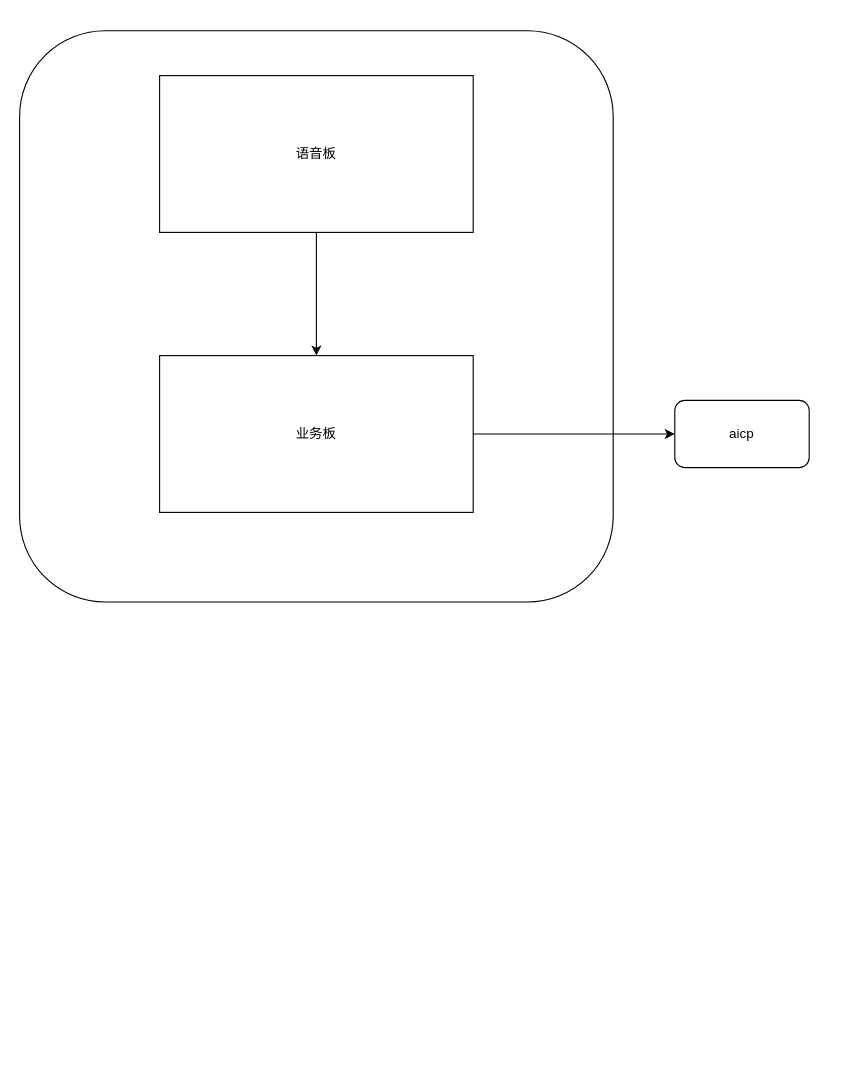
The draw.io diagram cors/Untitled Diagram.drawio in authorfu/code-examples, before the edit. Source tidied: cells renumbered, new cells numbered last; positions are measured from the earlier drawing's top-left corner, leaving out a move shared by most shapes. Both pictures are drawn from the tidied source at 112%, with x=0, y=0 at pixel (19, 30).
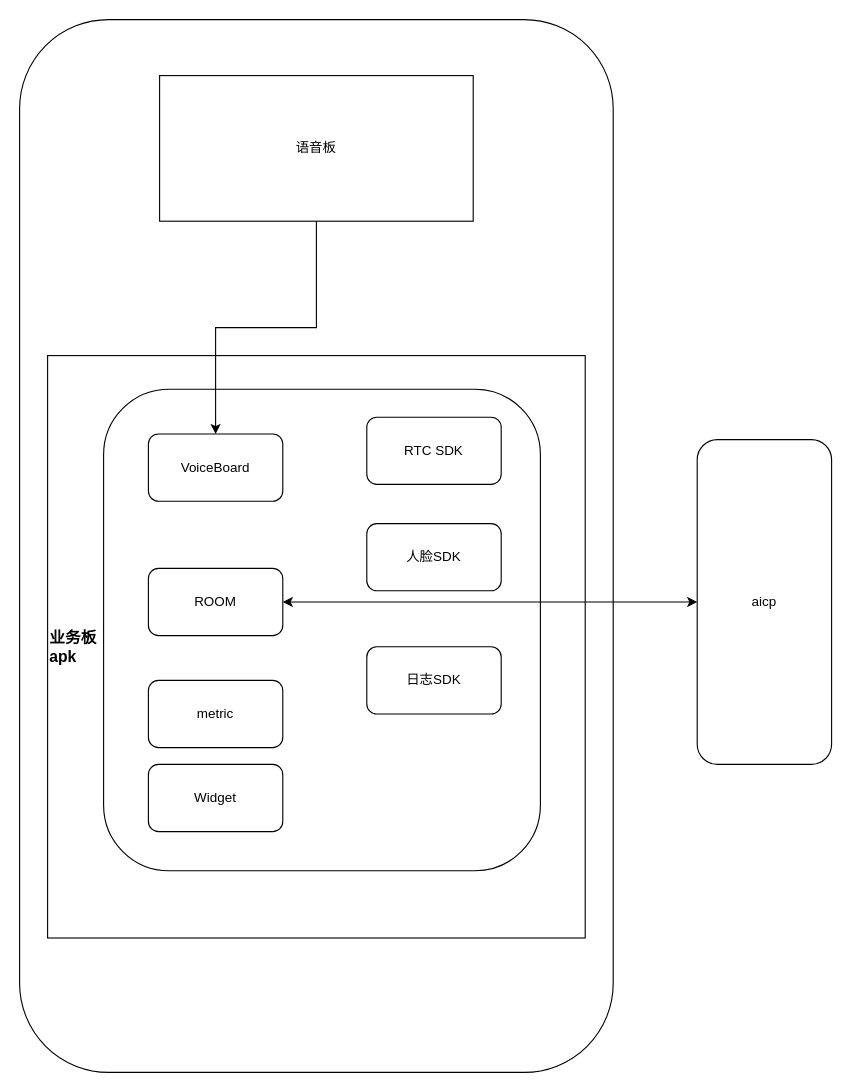
The same diagram, later.

What changed in the source:
```diff
@@
 <mxGraphModel>
   <root>
     <mxCell id="0" />
     <mxCell id="1" parent="0" />
     <mxCell id="2" style="rounded=1;whiteSpace=wrap;html=1;" parent="1" vertex="1">
-      <mxGeometry width="530" height="510" as="geometry" />
+      <mxGeometry y="-10" width="530" height="940" as="geometry" />
     </mxCell>
-    <mxCell id="3" style="edgeStyle=orthogonalEdgeStyle;rounded=0;jettySize=auto;html=1;exitX=0.5;exitY=1;exitDx=0;exitDy=0;" parent="1" edge="1" source="4" target="6">
-      <mxGeometry relative="1" as="geometry" />
-    </mxCell>
     <mxCell id="4" value="语音板" style="rounded=0;whiteSpace=wrap;html=1;" parent="1" vertex="1">
-      <mxGeometry x="125" y="40" width="280" height="140" as="geometry" />
+      <mxGeometry x="125" y="40" width="280" height="130" as="geometry" />
     </mxCell>
-    <mxCell id="5" style="edgeStyle=orthogonalEdgeStyle;rounded=0;jettySize=auto;html=1;exitX=1;exitY=0.5;exitDx=0;exitDy=0;" parent="1" edge="1" source="6" target="7">
-      <mxGeometry relative="1" as="geometry" />
-    </mxCell>
-    <mxCell id="6" value="业务板" style="rounded=0;whiteSpace=wrap;html=1;" parent="1" vertex="1">
-      <mxGeometry x="125" y="290" width="280" height="140" as="geometry" />
+    <mxCell id="6" value="&lt;b style=&quot;&quot;&gt;&lt;font style=&quot;font-size: 14px;&quot;&gt;业务板&lt;br&gt;apk&lt;br&gt;&lt;/font&gt;&lt;/b&gt;" style="rounded=0;whiteSpace=wrap;html=1;align=left;" parent="1" vertex="1">
+      <mxGeometry x="25" y="290" width="480" height="520" as="geometry" />
     </mxCell>
     <mxCell id="7" value="aicp" style="rounded=1;whiteSpace=wrap;html=1;" parent="1" vertex="1">
-      <mxGeometry x="585" y="330" width="120" height="60" as="geometry" />
+      <mxGeometry x="605" y="365" width="120" height="290" as="geometry" />
     </mxCell>
+    <mxCell id="8" value="&lt;div style=&quot;&quot;&gt;&lt;br&gt;&lt;/div&gt;" style="rounded=1;whiteSpace=wrap;html=1;align=left;" parent="1" vertex="1">
+      <mxGeometry x="75" y="320" width="390" height="430" as="geometry" />
+    </mxCell>
+    <mxCell id="9" value="RTC SDK" style="rounded=1;whiteSpace=wrap;html=1;" parent="1" vertex="1">
+      <mxGeometry x="310" y="345" width="120" height="60" as="geometry" />
+    </mxCell>
+    <mxCell id="10" value="人脸SDK" style="rounded=1;whiteSpace=wrap;html=1;" parent="1" vertex="1">
+      <mxGeometry x="310" y="440" width="120" height="60" as="geometry" />
+    </mxCell>
+    <mxCell id="11" value="&lt;span style=&quot;background-color: initial;&quot;&gt;VoiceBoard&lt;/span&gt;" style="rounded=1;whiteSpace=wrap;html=1;align=center;" parent="1" vertex="1">
+      <mxGeometry x="115" y="360" width="120" height="60" as="geometry" />
+    </mxCell>
+    <mxCell id="12" style="edgeStyle=orthogonalEdgeStyle;rounded=0;jettySize=auto;html=1;exitX=0.5;exitY=1;exitDx=0;exitDy=0;" parent="1" edge="1" source="4" target="11">
+      <mxGeometry relative="1" as="geometry" />
+    </mxCell>
+    <mxCell id="13" value="日志SDK" style="rounded=1;whiteSpace=wrap;html=1;" parent="1" vertex="1">
+      <mxGeometry x="310" y="550" width="120" height="60" as="geometry" />
+    </mxCell>
+    <mxCell id="14" style="edgeStyle=orthogonalEdgeStyle;rounded=0;jettySize=auto;html=1;exitX=1;exitY=0.5;exitDx=0;exitDy=0;entryX=0;entryY=0.5;entryDx=0;entryDy=0;startArrow=classic;startFill=1;" parent="1" edge="1" source="15" target="7">
+      <mxGeometry relative="1" as="geometry" />
+    </mxCell>
+    <mxCell id="15" value="&lt;span style=&quot;background-color: initial;&quot;&gt;ROOM&lt;/span&gt;" style="rounded=1;whiteSpace=wrap;html=1;align=center;" parent="1" vertex="1">
+      <mxGeometry x="115" y="480" width="120" height="60" as="geometry" />
+    </mxCell>
+    <mxCell id="16" value="&lt;span style=&quot;background-color: initial;&quot;&gt;metric&lt;/span&gt;" style="rounded=1;whiteSpace=wrap;html=1;align=center;" parent="1" vertex="1">
+      <mxGeometry x="115" y="580" width="120" height="60" as="geometry" />
+    </mxCell>
+    <mxCell id="17" value="&lt;span style=&quot;background-color: initial;&quot;&gt;Widget&lt;/span&gt;" style="rounded=1;whiteSpace=wrap;html=1;align=center;" parent="1" vertex="1">
+      <mxGeometry x="115" y="655" width="120" height="60" as="geometry" />
+    </mxCell>
   </root>
 </mxGraphModel>
```
